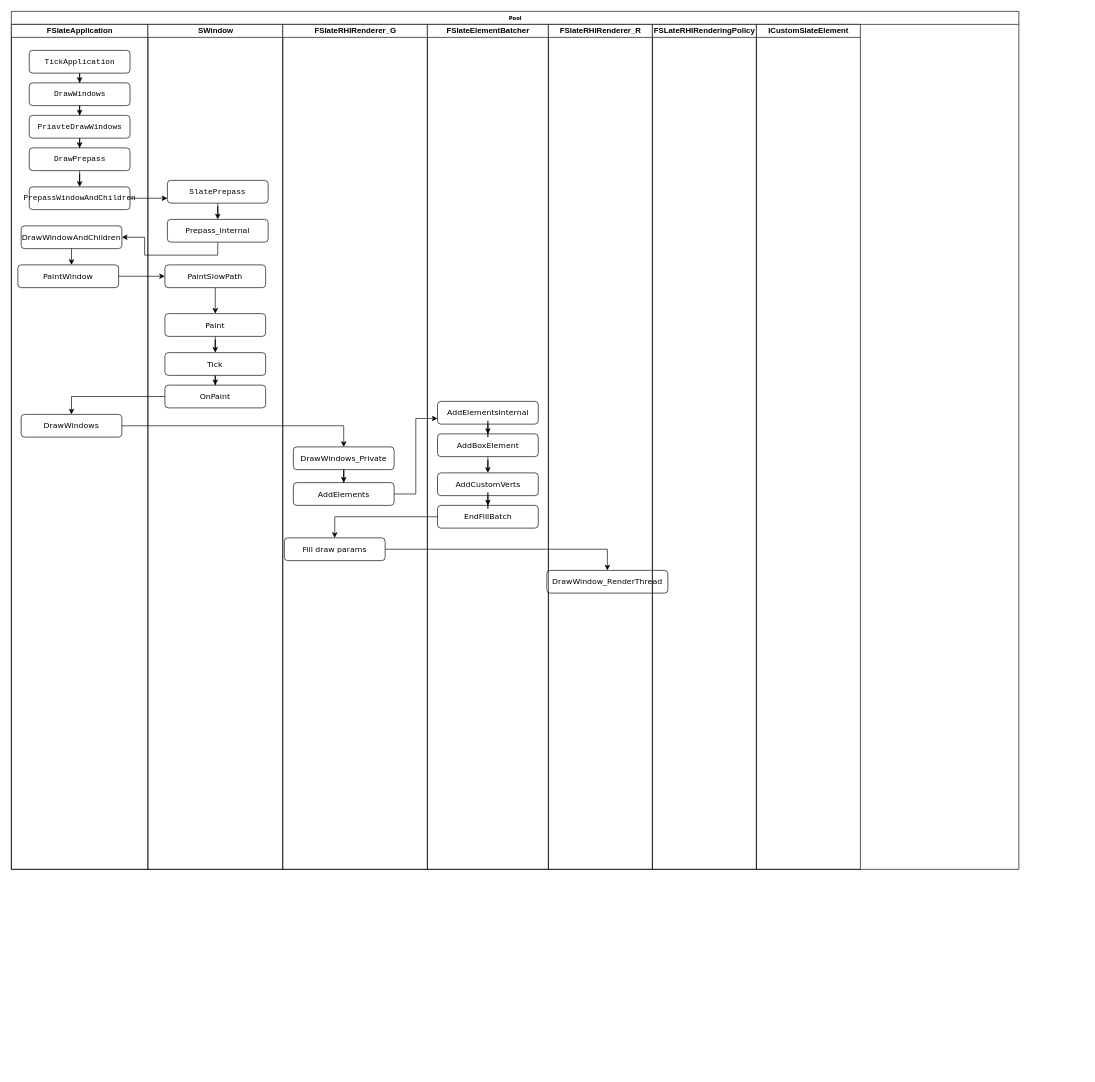
Above: Slate绘制.drawio in fdaf11/UML (draw.io), before the change. Source tidied: cells renumbered, new cells numbered last; positions are measured from the earlier drawing's top-left corner, leaving out a move shared by most shapes. Both pictures are drawn from the tidied source at 65%, with x=0, y=0 at pixel (11, 11).
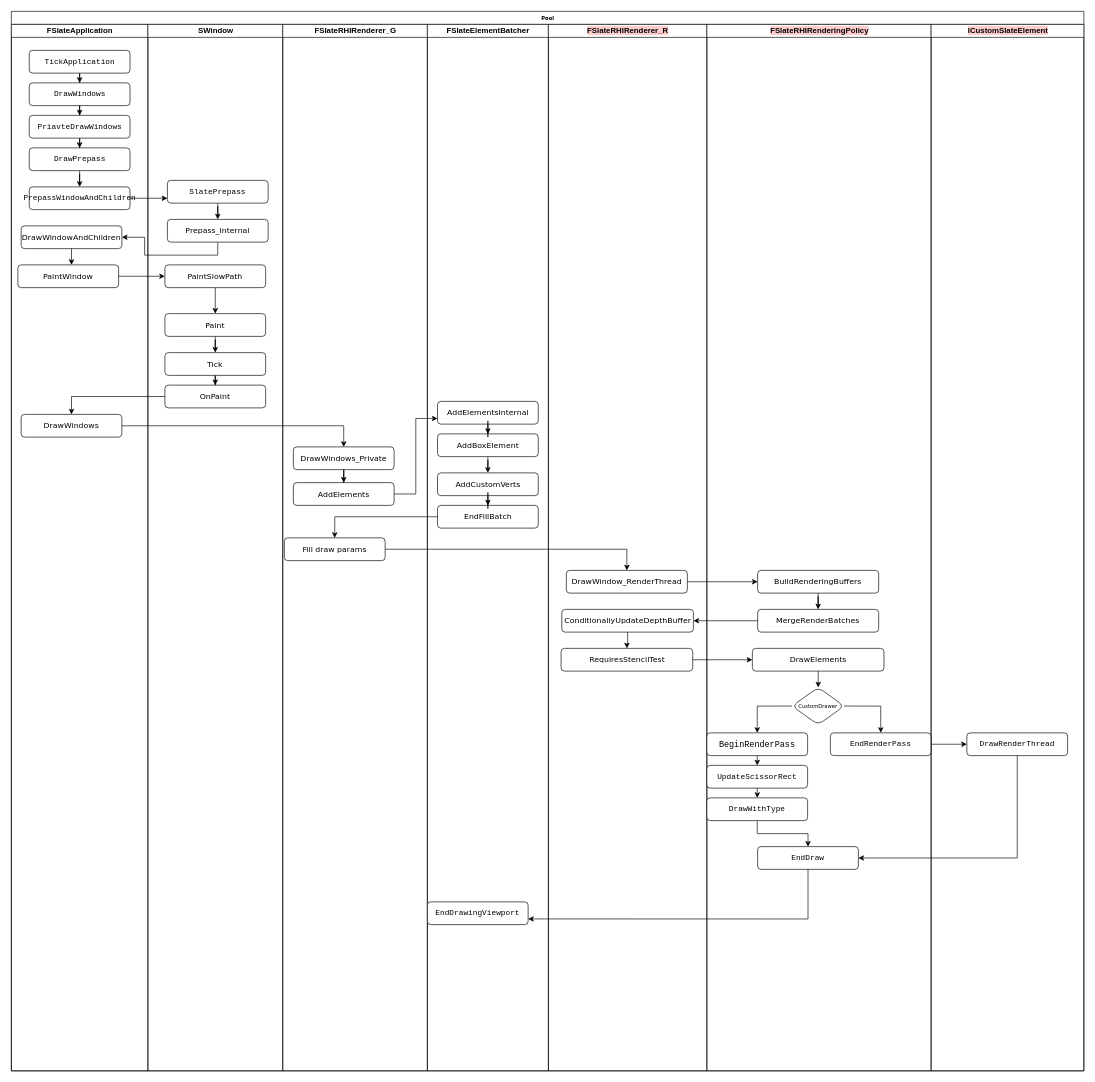
The same page after the edit.

Unchanged cells that the change refers to:
```xml
<mxCell id="33" value="&lt;span style=&quot;font-size: 12px;&quot;&gt;Fill draw params&lt;/span&gt;" style="rounded=1;whiteSpace=wrap;html=1;shadow=0;labelBackgroundColor=none;strokeWidth=1;fontFamily=Verdana;fontSize=8;align=center;" parent="28" vertex="1">
  <mxGeometry x="-220" y="790" width="155" height="35" as="geometry" />
</mxCell>
```

Change to the diagram source:
```diff
@@
     <mxCell id="2" value="Pool" style="swimlane;html=1;startSize=20;rounded=0;shadow=0;labelBackgroundColor=none;strokeWidth=1;fontFamily=Verdana;fontSize=8;align=center;" parent="1" vertex="1">
-      <mxGeometry width="1550" height="1320" as="geometry" />
+      <mxGeometry width="1650" height="1630" as="geometry" />
     </mxCell>
     <mxCell id="3" value="FSlateApplication" style="swimlane;html=1;startSize=20;" parent="2" vertex="1">
-      <mxGeometry y="20" width="210" height="1300" as="geometry" />
+      <mxGeometry y="20" width="210" height="1610" as="geometry" />
     </mxCell>
@@
     <mxCell id="14" value="SWindow" style="swimlane;html=1;startSize=20;" parent="2" vertex="1">
-      <mxGeometry x="210" y="20" width="207.5" height="1300" as="geometry" />
+      <mxGeometry x="210" y="20" width="207.5" height="1610" as="geometry" />
     </mxCell>
@@
     <mxCell id="27" value="FSlateRHIRenderer_G" style="swimlane;html=1;startSize=20;" parent="2" vertex="1">
-      <mxGeometry x="417.5" y="20" width="222.5" height="1300" as="geometry" />
+      <mxGeometry x="417.5" y="20" width="222.5" height="1610" as="geometry" />
     </mxCell>
     <mxCell id="28" value="FSlateElementBatcher" style="swimlane;html=1;startSize=20;" parent="2" vertex="1">
-      <mxGeometry x="640" y="20" width="186.2" height="1300" as="geometry" />
+      <mxGeometry x="640" y="20" width="186.2" height="1610" as="geometry" />
     </mxCell>
@@
-    <mxCell id="39" value="&lt;span style=&quot;font-size: 12px;&quot;&gt;DrawWindow_RenderThread&lt;/span&gt;" style="rounded=1;whiteSpace=wrap;html=1;shadow=0;labelBackgroundColor=none;strokeWidth=1;fontFamily=Verdana;fontSize=8;align=center;" parent="28" vertex="1">
-      <mxGeometry x="183.8" y="840" width="186.2" height="35" as="geometry" />
-    </mxCell>
@@
-    <mxCell id="41" style="edgeStyle=orthogonalEdgeStyle;rounded=0;jettySize=auto;html=1;" parent="28" edge="1" source="33" target="39">
-      <mxGeometry relative="1" as="geometry" />
-    </mxCell>
@@
+    <mxCell id="53" value="&lt;pre style=&quot;font-family: &amp;quot;JetBrains Mono&amp;quot;, monospace;&quot;&gt;&lt;span style=&quot;font-size: 12px;&quot;&gt;EndDrawingViewport&lt;/span&gt;&lt;/pre&gt;" style="rounded=1;whiteSpace=wrap;html=1;shadow=0;labelBackgroundColor=none;strokeWidth=1;fontFamily=Verdana;fontSize=8;align=center;" parent="28" vertex="1">
+      <mxGeometry y="1350" width="155" height="35" as="geometry" />
+    </mxCell>
-    <mxCell id="46" value="FSlateRHIRenderer_R" style="swimlane;html=1;startSize=20;" parent="2" vertex="1">
-      <mxGeometry x="826.2" y="20" width="160" height="1300" as="geometry" />
+    <mxCell id="46" value="&lt;span style=&quot;background-color: rgb(255, 204, 204);&quot;&gt;FSlateRHIRenderer_R&lt;/span&gt;" style="swimlane;html=1;startSize=20;" parent="2" vertex="1">
+      <mxGeometry x="826.2" y="20" width="243.8" height="1610" as="geometry" />
     </mxCell>
+    <mxCell id="54" style="edgeStyle=orthogonalEdgeStyle;rounded=0;jettySize=auto;html=1;" parent="46" edge="1" source="55" target="56">
+      <mxGeometry relative="1" as="geometry" />
+    </mxCell>
+    <mxCell id="55" value="&lt;span style=&quot;font-size: 12px;&quot;&gt;ConditionallyUpdateDepthBuffer&lt;/span&gt;" style="rounded=1;whiteSpace=wrap;html=1;shadow=0;labelBackgroundColor=none;strokeWidth=1;fontFamily=Verdana;fontSize=8;align=center;" parent="46" vertex="1">
+      <mxGeometry x="20.6" y="900" width="202.5" height="35" as="geometry" />
+    </mxCell>
+    <mxCell id="39" value="&lt;span style=&quot;font-size: 12px;&quot;&gt;DrawWindow_RenderThread&lt;/span&gt;" style="rounded=1;whiteSpace=wrap;html=1;shadow=0;labelBackgroundColor=none;strokeWidth=1;fontFamily=Verdana;fontSize=8;align=center;" parent="46" vertex="1">
+      <mxGeometry x="27.6" y="840" width="186.2" height="35" as="geometry" />
+    </mxCell>
+    <mxCell id="56" value="&lt;span style=&quot;font-size: 12px;&quot;&gt;RequiresStencilTest&lt;/span&gt;" style="rounded=1;whiteSpace=wrap;html=1;shadow=0;labelBackgroundColor=none;strokeWidth=1;fontFamily=Verdana;fontSize=8;align=center;" parent="46" vertex="1">
+      <mxGeometry x="19.5" y="960" width="202.5" height="35" as="geometry" />
+    </mxCell>
-    <mxCell id="47" value="FSLateRHIRenderingPolicy" style="swimlane;html=1;startSize=20;" parent="2" vertex="1">
-      <mxGeometry x="986.2" y="20" width="160" height="1300" as="geometry" />
+    <mxCell id="47" value="&lt;span style=&quot;background-color: rgb(255, 204, 204);&quot;&gt;FSlateRHIRenderingPolicy&lt;/span&gt;" style="swimlane;html=1;startSize=20;" parent="2" vertex="1">
+      <mxGeometry x="1070" y="20" width="345" height="1610" as="geometry" />
     </mxCell>
-    <mxCell id="48" value="ICustomSlateElement" style="swimlane;html=1;startSize=20;" parent="2" vertex="1">
-      <mxGeometry x="1146.2" y="20" width="160" height="1300" as="geometry" />
-    </mxCell>
+    <mxCell id="57" style="edgeStyle=orthogonalEdgeStyle;rounded=0;jettySize=auto;html=1;" parent="47" edge="1" source="58" target="59">
+      <mxGeometry relative="1" as="geometry" />
+    </mxCell>
+    <mxCell id="58" value="&lt;span style=&quot;font-size: 12px;&quot;&gt;BuildRenderingBuffers&lt;/span&gt;" style="rounded=1;whiteSpace=wrap;html=1;shadow=0;labelBackgroundColor=none;strokeWidth=1;fontFamily=Verdana;fontSize=8;align=center;" parent="47" vertex="1">
+      <mxGeometry x="78.1" y="840" width="186.2" height="35" as="geometry" />
+    </mxCell>
+    <mxCell id="59" value="&lt;span style=&quot;font-size: 12px;&quot;&gt;MergeRenderBatches&lt;/span&gt;" style="rounded=1;whiteSpace=wrap;html=1;shadow=0;labelBackgroundColor=none;strokeWidth=1;fontFamily=Verdana;fontSize=8;align=center;" parent="47" vertex="1">
+      <mxGeometry x="78.1" y="900" width="186.2" height="35" as="geometry" />
+    </mxCell>
+    <mxCell id="60" style="edgeStyle=orthogonalEdgeStyle;rounded=0;jettySize=auto;html=1;" parent="47" edge="1" source="61" target="64">
+      <mxGeometry relative="1" as="geometry" />
+    </mxCell>
+    <mxCell id="61" value="&lt;span style=&quot;font-size: 12px;&quot;&gt;DrawElements&lt;/span&gt;" style="rounded=1;whiteSpace=wrap;html=1;shadow=0;labelBackgroundColor=none;strokeWidth=1;fontFamily=Verdana;fontSize=8;align=center;" parent="47" vertex="1">
+      <mxGeometry x="70" y="960" width="202.5" height="35" as="geometry" />
+    </mxCell>
+    <mxCell id="62" style="edgeStyle=orthogonalEdgeStyle;rounded=0;jettySize=auto;html=1;exitX=0;exitY=0.5;exitDx=0;exitDy=0;entryX=0.5;entryY=0;entryDx=0;entryDy=0;" parent="47" edge="1" source="64" target="66">
+      <mxGeometry relative="1" as="geometry" />
+    </mxCell>
+    <mxCell id="63" style="edgeStyle=orthogonalEdgeStyle;rounded=0;jettySize=auto;html=1;exitX=1;exitY=0.5;exitDx=0;exitDy=0;entryX=0.5;entryY=0;entryDx=0;entryDy=0;" parent="47" edge="1" source="64" target="72">
+      <mxGeometry relative="1" as="geometry" />
+    </mxCell>
+    <mxCell id="64" value="CustomDrawer" style="rhombus;whiteSpace=wrap;html=1;fontSize=8;fontFamily=Verdana;rounded=1;shadow=0;labelBackgroundColor=none;strokeWidth=1;" parent="47" vertex="1">
+      <mxGeometry x="131.2" y="1020" width="80" height="57.5" as="geometry" />
+    </mxCell>
+    <mxCell id="65" style="edgeStyle=orthogonalEdgeStyle;rounded=0;jettySize=auto;html=1;exitX=0.5;exitY=1;exitDx=0;exitDy=0;entryX=0.5;entryY=0;entryDx=0;entryDy=0;" parent="47" edge="1" source="66" target="68">
+      <mxGeometry relative="1" as="geometry" />
+    </mxCell>
+    <mxCell id="66" value="&lt;pre style=&quot;font-family: &amp;quot;JetBrains Mono&amp;quot;, monospace;&quot;&gt;&lt;font style=&quot;font-size: 13px;&quot;&gt;&lt;font style=&quot;color: rgb(0, 0, 0);&quot;&gt;BeginRen&lt;/font&gt;derPass&lt;/font&gt;&lt;/pre&gt;" style="rounded=1;whiteSpace=wrap;html=1;shadow=0;labelBackgroundColor=none;strokeWidth=1;fontFamily=Verdana;fontSize=8;align=center;" parent="47" vertex="1">
+      <mxGeometry y="1090" width="155" height="35" as="geometry" />
+    </mxCell>
+    <mxCell id="67" style="edgeStyle=orthogonalEdgeStyle;rounded=0;jettySize=auto;html=1;exitX=0.5;exitY=1;exitDx=0;exitDy=0;entryX=0.5;entryY=0;entryDx=0;entryDy=0;" parent="47" edge="1" source="68" target="70">
+      <mxGeometry relative="1" as="geometry" />
+    </mxCell>
+    <mxCell id="68" value="&lt;pre style=&quot;font-family: &amp;quot;JetBrains Mono&amp;quot;, monospace;&quot;&gt;&lt;span style=&quot;font-size: 12px;&quot;&gt;UpdateScissorRect&lt;/span&gt;&lt;/pre&gt;" style="rounded=1;whiteSpace=wrap;html=1;shadow=0;labelBackgroundColor=none;strokeWidth=1;fontFamily=Verdana;fontSize=8;align=center;" parent="47" vertex="1">
+      <mxGeometry y="1140" width="155" height="35" as="geometry" />
+    </mxCell>
+    <mxCell id="69" style="edgeStyle=orthogonalEdgeStyle;rounded=0;jettySize=auto;html=1;exitX=0.5;exitY=1;exitDx=0;exitDy=0;entryX=0.5;entryY=0;entryDx=0;entryDy=0;" parent="47" edge="1" source="70" target="71">
+      <mxGeometry relative="1" as="geometry" />
+    </mxCell>
+    <mxCell id="70" value="&lt;pre style=&quot;font-family: &amp;quot;JetBrains Mono&amp;quot;, monospace;&quot;&gt;&lt;span style=&quot;font-size: 12px;&quot;&gt;DrawWithType&lt;/span&gt;&lt;/pre&gt;" style="rounded=1;whiteSpace=wrap;html=1;shadow=0;labelBackgroundColor=none;strokeWidth=1;fontFamily=Verdana;fontSize=8;align=center;" parent="47" vertex="1">
+      <mxGeometry y="1190" width="155" height="35" as="geometry" />
+    </mxCell>
+    <mxCell id="71" value="&lt;div&gt;&lt;pre style=&quot;font-family: &amp;quot;JetBrains Mono&amp;quot;, monospace;&quot;&gt;&lt;font style=&quot;font-size: 12px; color: rgb(0, 0, 0);&quot;&gt;EndDraw&lt;/font&gt;&lt;/pre&gt;&lt;/div&gt;" style="rounded=1;whiteSpace=wrap;html=1;shadow=0;labelBackgroundColor=none;strokeWidth=1;fontFamily=Verdana;fontSize=8;align=center;" parent="47" vertex="1">
+      <mxGeometry x="78.1" y="1265" width="155" height="35" as="geometry" />
+    </mxCell>
+    <mxCell id="72" value="&lt;div&gt;&lt;pre style=&quot;font-family: &amp;quot;JetBrains Mono&amp;quot;, monospace;&quot;&gt;&lt;font style=&quot;font-size: 12px; color: rgb(0, 0, 0);&quot;&gt;EndRenderPass&lt;/font&gt;&lt;/pre&gt;&lt;/div&gt;" style="rounded=1;whiteSpace=wrap;html=1;shadow=0;labelBackgroundColor=none;strokeWidth=1;fontFamily=Verdana;fontSize=8;align=center;" parent="47" vertex="1">
+      <mxGeometry x="190" y="1090" width="155" height="35" as="geometry" />
+    </mxCell>
@@
+    <mxCell id="73" style="edgeStyle=orthogonalEdgeStyle;rounded=0;jettySize=auto;html=1;" parent="2" edge="1" source="39" target="58">
+      <mxGeometry relative="1" as="geometry" />
+    </mxCell>
+    <mxCell id="74" style="edgeStyle=orthogonalEdgeStyle;rounded=0;jettySize=auto;html=1;" parent="2" edge="1" source="59" target="55">
+      <mxGeometry relative="1" as="geometry" />
+    </mxCell>
+    <mxCell id="41" style="edgeStyle=orthogonalEdgeStyle;rounded=0;jettySize=auto;html=1;" parent="2" edge="1" source="33" target="39">
+      <mxGeometry relative="1" as="geometry" />
+    </mxCell>
+    <mxCell id="75" style="edgeStyle=orthogonalEdgeStyle;rounded=0;jettySize=auto;html=1;" parent="2" edge="1" source="56" target="61">
+      <mxGeometry relative="1" as="geometry" />
+    </mxCell>
+    <mxCell id="76" style="edgeStyle=orthogonalEdgeStyle;rounded=0;jettySize=auto;html=1;" parent="2" edge="1" source="72" target="77">
+      <mxGeometry relative="1" as="geometry" />
+    </mxCell>
+    <mxCell id="48" value="&lt;span style=&quot;background-color: rgb(255, 204, 204);&quot;&gt;ICustomSlateElement&lt;/span&gt;" style="swimlane;html=1;startSize=20;" parent="2" vertex="1">
+      <mxGeometry x="1415" y="20" width="235" height="1610" as="geometry" />
+    </mxCell>
+    <mxCell id="77" value="&lt;div&gt;&lt;pre style=&quot;font-family: &amp;quot;JetBrains Mono&amp;quot;, monospace;&quot;&gt;&lt;font style=&quot;font-size: 12px; color: rgb(0, 0, 0);&quot;&gt;DrawRenderThread&lt;/font&gt;&lt;/pre&gt;&lt;/div&gt;" style="rounded=1;whiteSpace=wrap;html=1;shadow=0;labelBackgroundColor=none;strokeWidth=1;fontFamily=Verdana;fontSize=8;align=center;" parent="48" vertex="1">
+      <mxGeometry x="55" y="1090" width="155" height="35" as="geometry" />
+    </mxCell>
+    <mxCell id="78" style="edgeStyle=orthogonalEdgeStyle;rounded=0;jettySize=auto;html=1;exitX=0.5;exitY=1;exitDx=0;exitDy=0;entryX=1;entryY=0.5;entryDx=0;entryDy=0;" parent="2" edge="1" source="77" target="71">
+      <mxGeometry relative="1" as="geometry" />
+    </mxCell>
+    <mxCell id="79" style="edgeStyle=orthogonalEdgeStyle;rounded=0;jettySize=auto;html=1;exitX=0.5;exitY=1;exitDx=0;exitDy=0;entryX=1;entryY=0.75;entryDx=0;entryDy=0;" parent="2" edge="1" source="71" target="53">
+      <mxGeometry relative="1" as="geometry" />
+    </mxCell>
```
